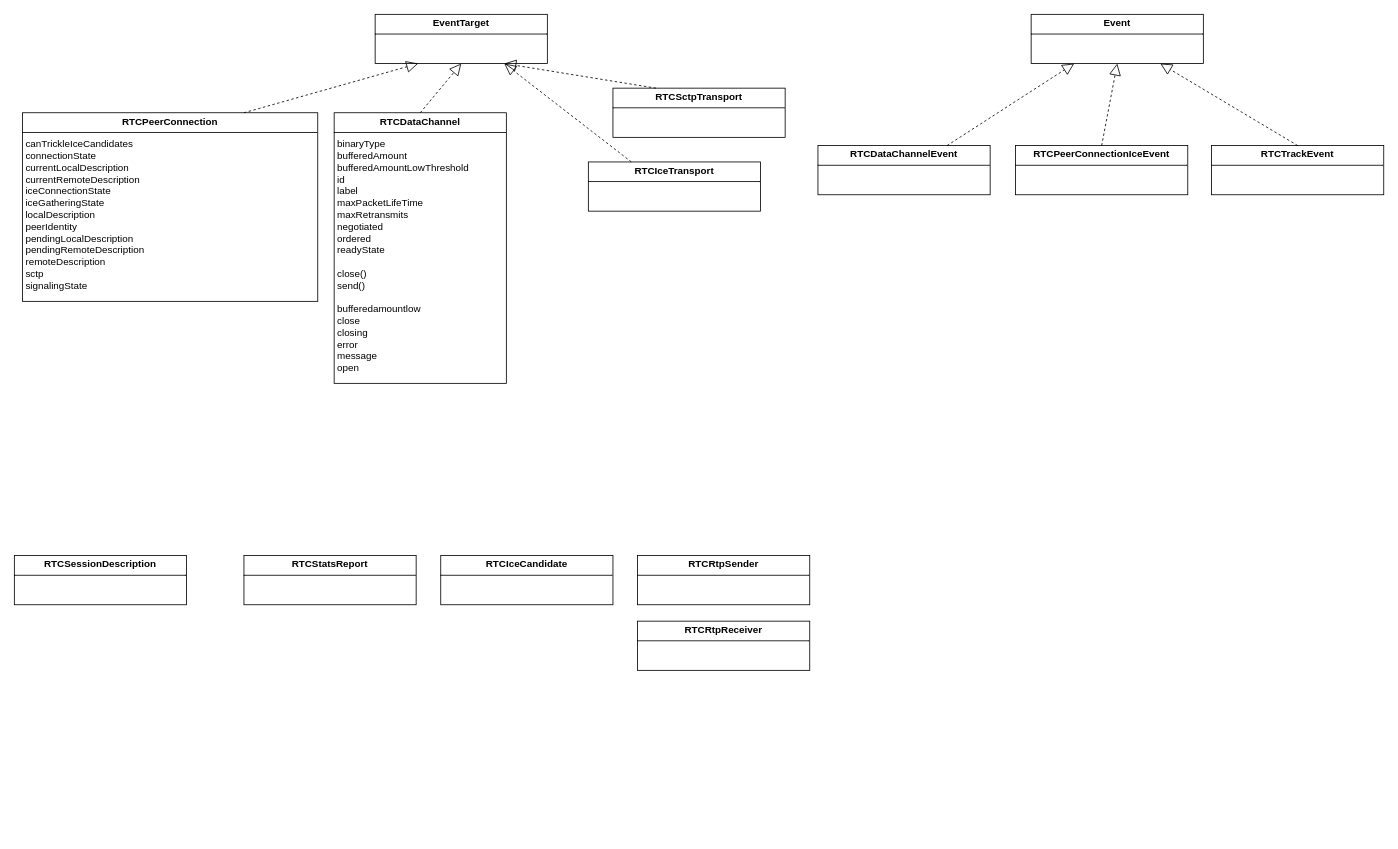
This is page "WebRTC" (2 of 2) of WebRTC.drawio from KondyubaBA/WebAPI, a draw.io file, before an edit. Source tidied: cells renumbered, new cells numbered last; positions are measured from the earlier drawing's top-left corner, leaving out a move shared by most shapes. Both pictures are drawn from the tidied source at 82%, with x=0, y=0 at pixel (14, 14).
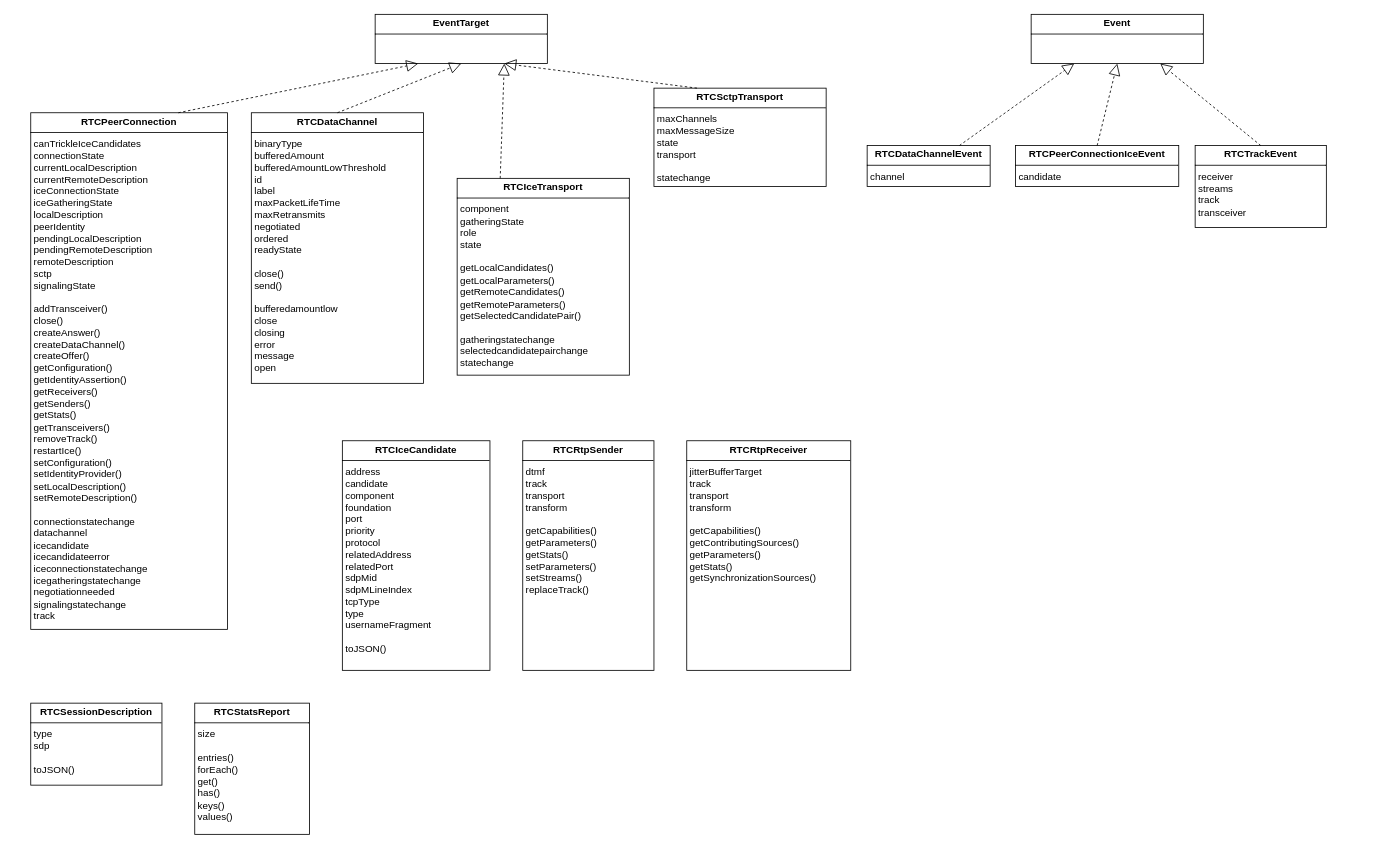
The same page after the edit.

Change to the diagram source:
```diff
@@
-    <mxCell id="2" value="&lt;p style=&quot;margin:0px;margin-top:4px;text-align:center;&quot;&gt;&lt;b&gt;RTCPeerConnection&lt;/b&gt;&lt;/p&gt;&lt;hr size=&quot;1&quot; style=&quot;border-style:solid;&quot;&gt;&lt;p style=&quot;margin:0px;margin-left:4px;&quot;&gt;canTrickleIceCandidates&lt;/p&gt;&lt;p style=&quot;margin:0px;margin-left:4px;&quot;&gt;connectionState&lt;/p&gt;&lt;p style=&quot;margin:0px;margin-left:4px;&quot;&gt;currentLocalDescription&lt;/p&gt;&lt;p style=&quot;margin:0px;margin-left:4px;&quot;&gt;currentRemoteDescription&lt;/p&gt;&lt;p style=&quot;margin:0px;margin-left:4px;&quot;&gt;iceConnectionState&lt;/p&gt;&lt;p style=&quot;margin:0px;margin-left:4px;&quot;&gt;iceGatheringState&lt;/p&gt;&lt;p style=&quot;margin:0px;margin-left:4px;&quot;&gt;localDescription&lt;/p&gt;&lt;p style=&quot;margin:0px;margin-left:4px;&quot;&gt;peerIdentity&lt;/p&gt;&lt;p style=&quot;margin:0px;margin-left:4px;&quot;&gt;pendingLocalDescription&lt;/p&gt;&lt;p style=&quot;margin:0px;margin-left:4px;&quot;&gt;pendingRemoteDescription&lt;/p&gt;&lt;p style=&quot;margin:0px;margin-left:4px;&quot;&gt;remoteDescription&lt;/p&gt;&lt;p style=&quot;margin:0px;margin-left:4px;&quot;&gt;sctp&lt;/p&gt;&lt;p style=&quot;margin:0px;margin-left:4px;&quot;&gt;signalingState&lt;/p&gt;&lt;p style=&quot;margin:0px;margin-left:4px;&quot;&gt;&lt;br&gt;&lt;/p&gt;" style="verticalAlign=top;align=left;overflow=fill;html=1;whiteSpace=wrap;" parent="1" vertex="1">
-      <mxGeometry x="10" y="120" width="360" height="230" as="geometry" />
+    <mxCell id="2" value="&lt;p style=&quot;margin:0px;margin-top:4px;text-align:center;&quot;&gt;&lt;b&gt;RTCPeerConnection&lt;/b&gt;&lt;/p&gt;&lt;hr size=&quot;1&quot; style=&quot;border-style:solid;&quot;&gt;&lt;p style=&quot;margin:0px;margin-left:4px;&quot;&gt;canTrickleIceCandidates&lt;/p&gt;&lt;p style=&quot;margin:0px;margin-left:4px;&quot;&gt;connectionState&lt;/p&gt;&lt;p style=&quot;margin:0px;margin-left:4px;&quot;&gt;currentLocalDescription&lt;/p&gt;&lt;p style=&quot;margin:0px;margin-left:4px;&quot;&gt;currentRemoteDescription&lt;/p&gt;&lt;p style=&quot;margin:0px;margin-left:4px;&quot;&gt;iceConnectionState&lt;/p&gt;&lt;p style=&quot;margin:0px;margin-left:4px;&quot;&gt;iceGatheringState&lt;/p&gt;&lt;p style=&quot;margin:0px;margin-left:4px;&quot;&gt;localDescription&lt;/p&gt;&lt;p style=&quot;margin:0px;margin-left:4px;&quot;&gt;peerIdentity&lt;/p&gt;&lt;p style=&quot;margin:0px;margin-left:4px;&quot;&gt;pendingLocalDescription&lt;/p&gt;&lt;p style=&quot;margin:0px;margin-left:4px;&quot;&gt;pendingRemoteDescription&lt;/p&gt;&lt;p style=&quot;margin:0px;margin-left:4px;&quot;&gt;remoteDescription&lt;/p&gt;&lt;p style=&quot;margin:0px;margin-left:4px;&quot;&gt;sctp&lt;/p&gt;&lt;p style=&quot;margin:0px;margin-left:4px;&quot;&gt;signalingState&lt;/p&gt;&lt;p style=&quot;margin:0px;margin-left:4px;&quot;&gt;&lt;br&gt;&lt;/p&gt;&lt;p style=&quot;margin:0px;margin-left:4px;&quot;&gt;addTransceiver()&lt;/p&gt;&lt;p style=&quot;margin:0px;margin-left:4px;&quot;&gt;close()&lt;/p&gt;&lt;p style=&quot;margin:0px;margin-left:4px;&quot;&gt;createAnswer()&lt;/p&gt;&lt;p style=&quot;margin:0px;margin-left:4px;&quot;&gt;createDataChannel()&lt;/p&gt;&lt;p style=&quot;margin:0px;margin-left:4px;&quot;&gt;createOffer()&lt;/p&gt;&lt;p style=&quot;margin:0px;margin-left:4px;&quot;&gt;getConfiguration()&lt;/p&gt;&lt;p style=&quot;margin:0px;margin-left:4px;&quot;&gt;getIdentityAssertion()&lt;/p&gt;&lt;p style=&quot;margin:0px;margin-left:4px;&quot;&gt;getReceivers()&lt;/p&gt;&lt;p style=&quot;margin:0px;margin-left:4px;&quot;&gt;getSenders()&lt;/p&gt;&lt;p style=&quot;margin:0px;margin-left:4px;&quot;&gt;getStats()&lt;/p&gt;&lt;p style=&quot;margin:0px;margin-left:4px;&quot;&gt;getTransceivers()&lt;/p&gt;&lt;p style=&quot;margin:0px;margin-left:4px;&quot;&gt;removeTrack()&lt;/p&gt;&lt;p style=&quot;margin:0px;margin-left:4px;&quot;&gt;restartIce()&lt;/p&gt;&lt;p style=&quot;margin:0px;margin-left:4px;&quot;&gt;setConfiguration()&lt;/p&gt;&lt;p style=&quot;margin:0px;margin-left:4px;&quot;&gt;setIdentityProvider()&lt;/p&gt;&lt;p style=&quot;margin:0px;margin-left:4px;&quot;&gt;setLocalDescription()&lt;/p&gt;&lt;p style=&quot;margin:0px;margin-left:4px;&quot;&gt;setRemoteDescription()&lt;/p&gt;&lt;p style=&quot;margin:0px;margin-left:4px;&quot;&gt;&lt;br&gt;&lt;/p&gt;&lt;p style=&quot;margin:0px;margin-left:4px;&quot;&gt;connectionstatechange&lt;/p&gt;&lt;p style=&quot;margin:0px;margin-left:4px;&quot;&gt;datachannel&lt;/p&gt;&lt;p style=&quot;margin:0px;margin-left:4px;&quot;&gt;icecandidate&lt;/p&gt;&lt;p style=&quot;margin:0px;margin-left:4px;&quot;&gt;icecandidateerror&lt;/p&gt;&lt;p style=&quot;margin:0px;margin-left:4px;&quot;&gt;iceconnectionstatechange&lt;/p&gt;&lt;p style=&quot;margin:0px;margin-left:4px;&quot;&gt;icegatheringstatechange&lt;/p&gt;&lt;p style=&quot;margin:0px;margin-left:4px;&quot;&gt;negotiationneeded&lt;/p&gt;&lt;p style=&quot;margin:0px;margin-left:4px;&quot;&gt;signalingstatechange&lt;/p&gt;&lt;p style=&quot;margin:0px;margin-left:4px;&quot;&gt;track&lt;/p&gt;&lt;div&gt;&lt;br&gt;&lt;/div&gt;" style="verticalAlign=top;align=left;overflow=fill;html=1;whiteSpace=wrap;" parent="1" vertex="1">
+      <mxGeometry x="20" y="120" width="240" height="630" as="geometry" />
     </mxCell>
     <mxCell id="3" value="&lt;p style=&quot;margin:0px;margin-top:4px;text-align:center;&quot;&gt;&lt;b&gt;RTCDataChannel&lt;/b&gt;&lt;/p&gt;&lt;hr size=&quot;1&quot; style=&quot;border-style:solid;&quot;&gt;&lt;p style=&quot;margin:0px;margin-left:4px;&quot;&gt;binaryType&lt;/p&gt;&lt;p style=&quot;margin:0px;margin-left:4px;&quot;&gt;bufferedAmount&lt;/p&gt;&lt;p style=&quot;margin:0px;margin-left:4px;&quot;&gt;bufferedAmountLowThreshold&lt;/p&gt;&lt;p style=&quot;margin:0px;margin-left:4px;&quot;&gt;id&lt;/p&gt;&lt;p style=&quot;margin:0px;margin-left:4px;&quot;&gt;label&lt;/p&gt;&lt;p style=&quot;margin:0px;margin-left:4px;&quot;&gt;maxPacketLifeTime&lt;/p&gt;&lt;p style=&quot;margin:0px;margin-left:4px;&quot;&gt;maxRetransmits&lt;/p&gt;&lt;p style=&quot;margin:0px;margin-left:4px;&quot;&gt;negotiated&lt;/p&gt;&lt;p style=&quot;margin:0px;margin-left:4px;&quot;&gt;ordered&lt;/p&gt;&lt;p style=&quot;margin:0px;margin-left:4px;&quot;&gt;readyState&lt;/p&gt;&lt;p style=&quot;margin:0px;margin-left:4px;&quot;&gt;&lt;br&gt;&lt;/p&gt;&lt;p style=&quot;margin:0px;margin-left:4px;&quot;&gt;close()&lt;/p&gt;&lt;p style=&quot;margin:0px;margin-left:4px;&quot;&gt;send()&lt;/p&gt;&lt;p style=&quot;margin:0px;margin-left:4px;&quot;&gt;&lt;br&gt;&lt;/p&gt;&lt;p style=&quot;margin:0px;margin-left:4px;&quot;&gt;bufferedamountlow&lt;/p&gt;&lt;p style=&quot;margin:0px;margin-left:4px;&quot;&gt;close&lt;/p&gt;&lt;p style=&quot;margin:0px;margin-left:4px;&quot;&gt;closing&lt;/p&gt;&lt;p style=&quot;margin:0px;margin-left:4px;&quot;&gt;error&lt;/p&gt;&lt;p style=&quot;margin:0px;margin-left:4px;&quot;&gt;message&lt;/p&gt;&lt;p style=&quot;margin:0px;margin-left:4px;&quot;&gt;open&lt;/p&gt;" style="verticalAlign=top;align=left;overflow=fill;html=1;whiteSpace=wrap;" parent="1" vertex="1">
-      <mxGeometry x="390" y="120" width="210" height="330" as="geometry" />
+      <mxGeometry x="289" y="120" width="210" height="330" as="geometry" />
     </mxCell>
@@
-    <mxCell id="8" value="&lt;p style=&quot;margin:0px;margin-top:4px;text-align:center;&quot;&gt;&lt;b&gt;RTCDataChannelEvent&lt;/b&gt;&lt;/p&gt;&lt;hr size=&quot;1&quot; style=&quot;border-style:solid;&quot;&gt;&lt;p style=&quot;margin:0px;margin-left:4px;&quot;&gt;&lt;br&gt;&lt;/p&gt;" style="verticalAlign=top;align=left;overflow=fill;html=1;whiteSpace=wrap;" parent="1" vertex="1">
-      <mxGeometry x="980" y="160" width="210" height="60" as="geometry" />
+    <mxCell id="8" value="&lt;p style=&quot;margin:0px;margin-top:4px;text-align:center;&quot;&gt;&lt;b&gt;RTCDataChannelEvent&lt;/b&gt;&lt;/p&gt;&lt;hr size=&quot;1&quot; style=&quot;border-style:solid;&quot;&gt;&lt;p style=&quot;margin:0px;margin-left:4px;&quot;&gt;channel&lt;/p&gt;" style="verticalAlign=top;align=left;overflow=fill;html=1;whiteSpace=wrap;" parent="1" vertex="1">
+      <mxGeometry x="1040" y="160" width="150" height="50" as="geometry" />
     </mxCell>
@@
-    <mxCell id="10" value="&lt;p style=&quot;margin:0px;margin-top:4px;text-align:center;&quot;&gt;&lt;b&gt;RTCSessionDescription&lt;/b&gt;&lt;/p&gt;&lt;hr size=&quot;1&quot; style=&quot;border-style:solid;&quot;&gt;&lt;p style=&quot;margin:0px;margin-left:4px;&quot;&gt;&lt;br&gt;&lt;/p&gt;" style="verticalAlign=top;align=left;overflow=fill;html=1;whiteSpace=wrap;" parent="1" vertex="1">
-      <mxGeometry y="660" width="210" height="60" as="geometry" />
+    <mxCell id="10" value="&lt;p style=&quot;margin:0px;margin-top:4px;text-align:center;&quot;&gt;&lt;b&gt;RTCSessionDescription&lt;/b&gt;&lt;/p&gt;&lt;hr size=&quot;1&quot; style=&quot;border-style:solid;&quot;&gt;&lt;p style=&quot;margin:0px;margin-left:4px;&quot;&gt;type&lt;/p&gt;&lt;p style=&quot;margin:0px;margin-left:4px;&quot;&gt;sdp&lt;/p&gt;&lt;p style=&quot;margin:0px;margin-left:4px;&quot;&gt;&lt;br&gt;&lt;/p&gt;&lt;p style=&quot;margin:0px;margin-left:4px;&quot;&gt;toJSON()&lt;/p&gt;" style="verticalAlign=top;align=left;overflow=fill;html=1;whiteSpace=wrap;" parent="1" vertex="1">
+      <mxGeometry x="20" y="840" width="160" height="100" as="geometry" />
     </mxCell>
-    <mxCell id="11" value="&lt;p style=&quot;margin:0px;margin-top:4px;text-align:center;&quot;&gt;&lt;b&gt;RTCStatsReport&lt;/b&gt;&lt;/p&gt;&lt;hr size=&quot;1&quot; style=&quot;border-style:solid;&quot;&gt;&lt;p style=&quot;margin:0px;margin-left:4px;&quot;&gt;&lt;br&gt;&lt;/p&gt;" style="verticalAlign=top;align=left;overflow=fill;html=1;whiteSpace=wrap;" parent="1" vertex="1">
-      <mxGeometry x="280" y="660" width="210" height="60" as="geometry" />
+    <mxCell id="11" value="&lt;p style=&quot;margin:0px;margin-top:4px;text-align:center;&quot;&gt;&lt;b&gt;RTCStatsReport&lt;/b&gt;&lt;/p&gt;&lt;hr size=&quot;1&quot; style=&quot;border-style:solid;&quot;&gt;&lt;p style=&quot;margin:0px;margin-left:4px;&quot;&gt;size&lt;/p&gt;&lt;p style=&quot;margin:0px;margin-left:4px;&quot;&gt;&lt;br&gt;&lt;/p&gt;&lt;p style=&quot;margin:0px;margin-left:4px;&quot;&gt;entries()&lt;/p&gt;&lt;p style=&quot;margin:0px;margin-left:4px;&quot;&gt;forEach()&lt;/p&gt;&lt;p style=&quot;margin:0px;margin-left:4px;&quot;&gt;get()&lt;/p&gt;&lt;p style=&quot;margin:0px;margin-left:4px;&quot;&gt;has()&lt;/p&gt;&lt;p style=&quot;margin:0px;margin-left:4px;&quot;&gt;keys()&lt;/p&gt;&lt;p style=&quot;margin:0px;margin-left:4px;&quot;&gt;values()&lt;/p&gt;" style="verticalAlign=top;align=left;overflow=fill;html=1;whiteSpace=wrap;" parent="1" vertex="1">
+      <mxGeometry x="220" y="840" width="140" height="160" as="geometry" />
     </mxCell>
-    <mxCell id="12" value="&lt;p style=&quot;margin:0px;margin-top:4px;text-align:center;&quot;&gt;&lt;b&gt;RTCIceCandidate&lt;/b&gt;&lt;/p&gt;&lt;hr size=&quot;1&quot; style=&quot;border-style:solid;&quot;&gt;&lt;p style=&quot;margin:0px;margin-left:4px;&quot;&gt;&lt;br&gt;&lt;/p&gt;" style="verticalAlign=top;align=left;overflow=fill;html=1;whiteSpace=wrap;" parent="1" vertex="1">
-      <mxGeometry x="520" y="660" width="210" height="60" as="geometry" />
+    <mxCell id="12" value="&lt;p style=&quot;margin:0px;margin-top:4px;text-align:center;&quot;&gt;&lt;b&gt;RTCIceCandidate&lt;/b&gt;&lt;/p&gt;&lt;hr size=&quot;1&quot; style=&quot;border-style:solid;&quot;&gt;&lt;p style=&quot;margin:0px;margin-left:4px;&quot;&gt;address&lt;/p&gt;&lt;p style=&quot;margin:0px;margin-left:4px;&quot;&gt;candidate&lt;/p&gt;&lt;p style=&quot;margin:0px;margin-left:4px;&quot;&gt;component&lt;/p&gt;&lt;p style=&quot;margin:0px;margin-left:4px;&quot;&gt;foundation&lt;/p&gt;&lt;p style=&quot;margin:0px;margin-left:4px;&quot;&gt;port&lt;/p&gt;&lt;p style=&quot;margin:0px;margin-left:4px;&quot;&gt;priority&lt;/p&gt;&lt;p style=&quot;margin:0px;margin-left:4px;&quot;&gt;protocol&lt;/p&gt;&lt;p style=&quot;margin:0px;margin-left:4px;&quot;&gt;relatedAddress&lt;/p&gt;&lt;p style=&quot;margin:0px;margin-left:4px;&quot;&gt;relatedPort&lt;/p&gt;&lt;p style=&quot;margin:0px;margin-left:4px;&quot;&gt;sdpMid&lt;/p&gt;&lt;p style=&quot;margin:0px;margin-left:4px;&quot;&gt;sdpMLineIndex&lt;/p&gt;&lt;p style=&quot;margin:0px;margin-left:4px;&quot;&gt;tcpType&lt;/p&gt;&lt;p style=&quot;margin:0px;margin-left:4px;&quot;&gt;type&lt;/p&gt;&lt;p style=&quot;margin:0px;margin-left:4px;&quot;&gt;usernameFragment&lt;/p&gt;&lt;p style=&quot;margin:0px;margin-left:4px;&quot;&gt;&lt;br&gt;&lt;/p&gt;&lt;p style=&quot;margin:0px;margin-left:4px;&quot;&gt;toJSON()&lt;/p&gt;" style="verticalAlign=top;align=left;overflow=fill;html=1;whiteSpace=wrap;" parent="1" vertex="1">
+      <mxGeometry x="400" y="520" width="180" height="280" as="geometry" />
     </mxCell>
-    <mxCell id="13" value="&lt;p style=&quot;margin:0px;margin-top:4px;text-align:center;&quot;&gt;&lt;b&gt;RTCIceTransport&lt;/b&gt;&lt;/p&gt;&lt;hr size=&quot;1&quot; style=&quot;border-style:solid;&quot;&gt;&lt;p style=&quot;margin:0px;margin-left:4px;&quot;&gt;&lt;br&gt;&lt;/p&gt;" style="verticalAlign=top;align=left;overflow=fill;html=1;whiteSpace=wrap;" parent="1" vertex="1">
-      <mxGeometry x="700" y="180" width="210" height="60" as="geometry" />
+    <mxCell id="13" value="&lt;p style=&quot;margin:0px;margin-top:4px;text-align:center;&quot;&gt;&lt;b&gt;RTCIceTransport&lt;/b&gt;&lt;/p&gt;&lt;hr size=&quot;1&quot; style=&quot;border-style:solid;&quot;&gt;&lt;p style=&quot;margin:0px;margin-left:4px;&quot;&gt;component&lt;/p&gt;&lt;p style=&quot;margin:0px;margin-left:4px;&quot;&gt;gatheringState&lt;/p&gt;&lt;p style=&quot;margin:0px;margin-left:4px;&quot;&gt;role&lt;/p&gt;&lt;p style=&quot;margin:0px;margin-left:4px;&quot;&gt;state&lt;/p&gt;&lt;p style=&quot;margin:0px;margin-left:4px;&quot;&gt;&lt;br&gt;&lt;/p&gt;&lt;p style=&quot;margin:0px;margin-left:4px;&quot;&gt;getLocalCandidates()&lt;/p&gt;&lt;p style=&quot;margin:0px;margin-left:4px;&quot;&gt;getLocalParameters()&lt;/p&gt;&lt;p style=&quot;margin:0px;margin-left:4px;&quot;&gt;getRemoteCandidates()&lt;/p&gt;&lt;p style=&quot;margin:0px;margin-left:4px;&quot;&gt;getRemoteParameters()&lt;/p&gt;&lt;p style=&quot;margin:0px;margin-left:4px;&quot;&gt;getSelectedCandidatePair()&lt;/p&gt;&lt;p style=&quot;margin:0px;margin-left:4px;&quot;&gt;&lt;br&gt;&lt;/p&gt;&lt;p style=&quot;margin:0px;margin-left:4px;&quot;&gt;gatheringstatechange&lt;/p&gt;&lt;p style=&quot;margin:0px;margin-left:4px;&quot;&gt;selectedcandidatepairchange&lt;/p&gt;&lt;p style=&quot;margin:0px;margin-left:4px;&quot;&gt;statechange&lt;/p&gt;" style="verticalAlign=top;align=left;overflow=fill;html=1;whiteSpace=wrap;" parent="1" vertex="1">
+      <mxGeometry x="540" y="200" width="210" height="240" as="geometry" />
     </mxCell>
@@
-    <mxCell id="15" value="&lt;p style=&quot;margin:0px;margin-top:4px;text-align:center;&quot;&gt;&lt;b&gt;RTCPeerConnectionIceEvent&lt;/b&gt;&lt;/p&gt;&lt;hr size=&quot;1&quot; style=&quot;border-style:solid;&quot;&gt;&lt;p style=&quot;margin:0px;margin-left:4px;&quot;&gt;&lt;br&gt;&lt;/p&gt;" style="verticalAlign=top;align=left;overflow=fill;html=1;whiteSpace=wrap;" parent="1" vertex="1">
-      <mxGeometry x="1221" y="160" width="210" height="60" as="geometry" />
+    <mxCell id="15" value="&lt;p style=&quot;margin:0px;margin-top:4px;text-align:center;&quot;&gt;&lt;b&gt;RTCPeerConnectionIceEvent&lt;/b&gt;&lt;/p&gt;&lt;hr size=&quot;1&quot; style=&quot;border-style:solid;&quot;&gt;&lt;p style=&quot;margin:0px;margin-left:4px;&quot;&gt;candidate&lt;/p&gt;" style="verticalAlign=top;align=left;overflow=fill;html=1;whiteSpace=wrap;" parent="1" vertex="1">
+      <mxGeometry x="1221" y="160" width="199" height="50" as="geometry" />
     </mxCell>
@@
-    <mxCell id="17" value="&lt;p style=&quot;margin:0px;margin-top:4px;text-align:center;&quot;&gt;&lt;b&gt;RTCRtpSender&lt;/b&gt;&lt;/p&gt;&lt;hr size=&quot;1&quot; style=&quot;border-style:solid;&quot;&gt;&lt;p style=&quot;margin:0px;margin-left:4px;&quot;&gt;&lt;br&gt;&lt;/p&gt;" style="verticalAlign=top;align=left;overflow=fill;html=1;whiteSpace=wrap;" parent="1" vertex="1">
-      <mxGeometry x="760" y="660" width="210" height="60" as="geometry" />
+    <mxCell id="17" value="&lt;p style=&quot;margin:0px;margin-top:4px;text-align:center;&quot;&gt;&lt;b&gt;RTCRtpSender&lt;/b&gt;&lt;/p&gt;&lt;hr size=&quot;1&quot; style=&quot;border-style:solid;&quot;&gt;&lt;p style=&quot;margin:0px;margin-left:4px;&quot;&gt;dtmf&lt;/p&gt;&lt;p style=&quot;margin:0px;margin-left:4px;&quot;&gt;track&lt;/p&gt;&lt;p style=&quot;margin:0px;margin-left:4px;&quot;&gt;transport&lt;/p&gt;&lt;p style=&quot;margin:0px;margin-left:4px;&quot;&gt;transform&lt;/p&gt;&lt;p style=&quot;margin:0px;margin-left:4px;&quot;&gt;&lt;br&gt;&lt;/p&gt;&lt;p style=&quot;margin:0px;margin-left:4px;&quot;&gt;getCapabilities()&lt;/p&gt;&lt;p style=&quot;margin:0px;margin-left:4px;&quot;&gt;getParameters()&lt;/p&gt;&lt;p style=&quot;margin:0px;margin-left:4px;&quot;&gt;getStats()&lt;/p&gt;&lt;p style=&quot;margin:0px;margin-left:4px;&quot;&gt;setParameters()&lt;/p&gt;&lt;p style=&quot;margin:0px;margin-left:4px;&quot;&gt;setStreams()&lt;/p&gt;&lt;p style=&quot;margin:0px;margin-left:4px;&quot;&gt;replaceTrack()&lt;/p&gt;" style="verticalAlign=top;align=left;overflow=fill;html=1;whiteSpace=wrap;" parent="1" vertex="1">
+      <mxGeometry x="620" y="520" width="160" height="280" as="geometry" />
     </mxCell>
-    <mxCell id="18" value="&lt;p style=&quot;margin:0px;margin-top:4px;text-align:center;&quot;&gt;&lt;b&gt;RTCTrackEvent&lt;/b&gt;&lt;/p&gt;&lt;hr size=&quot;1&quot; style=&quot;border-style:solid;&quot;&gt;&lt;p style=&quot;margin:0px;margin-left:4px;&quot;&gt;&lt;br&gt;&lt;/p&gt;" style="verticalAlign=top;align=left;overflow=fill;html=1;whiteSpace=wrap;" parent="1" vertex="1">
-      <mxGeometry x="1460" y="160" width="210" height="60" as="geometry" />
+    <mxCell id="18" value="&lt;p style=&quot;margin:0px;margin-top:4px;text-align:center;&quot;&gt;&lt;b&gt;RTCTrackEvent&lt;/b&gt;&lt;/p&gt;&lt;hr size=&quot;1&quot; style=&quot;border-style:solid;&quot;&gt;&lt;p style=&quot;margin:0px;margin-left:4px;&quot;&gt;receiver&lt;/p&gt;&lt;p style=&quot;margin:0px;margin-left:4px;&quot;&gt;streams&lt;/p&gt;&lt;p style=&quot;margin:0px;margin-left:4px;&quot;&gt;track&lt;/p&gt;&lt;p style=&quot;margin:0px;margin-left:4px;&quot;&gt;transceiver&lt;/p&gt;" style="verticalAlign=top;align=left;overflow=fill;html=1;whiteSpace=wrap;" parent="1" vertex="1">
+      <mxGeometry x="1440" y="160" width="160" height="100" as="geometry" />
     </mxCell>
-    <mxCell id="19" value="&lt;p style=&quot;margin:0px;margin-top:4px;text-align:center;&quot;&gt;&lt;b&gt;RTCRtpReceiver&lt;/b&gt;&lt;/p&gt;&lt;hr size=&quot;1&quot; style=&quot;border-style:solid;&quot;&gt;&lt;p style=&quot;margin:0px;margin-left:4px;&quot;&gt;&lt;br&gt;&lt;/p&gt;" style="verticalAlign=top;align=left;overflow=fill;html=1;whiteSpace=wrap;" parent="1" vertex="1">
-      <mxGeometry x="760" y="740" width="210" height="60" as="geometry" />
+    <mxCell id="19" value="&lt;p style=&quot;margin:0px;margin-top:4px;text-align:center;&quot;&gt;&lt;b&gt;RTCRtpReceiver&lt;/b&gt;&lt;/p&gt;&lt;hr size=&quot;1&quot; style=&quot;border-style:solid;&quot;&gt;&lt;p style=&quot;margin:0px;margin-left:4px;&quot;&gt;jitterBufferTarget&lt;/p&gt;&lt;p style=&quot;margin:0px;margin-left:4px;&quot;&gt;track&lt;/p&gt;&lt;p style=&quot;margin:0px;margin-left:4px;&quot;&gt;transport&lt;/p&gt;&lt;p style=&quot;margin:0px;margin-left:4px;&quot;&gt;transform&lt;/p&gt;&lt;p style=&quot;margin:0px;margin-left:4px;&quot;&gt;&lt;br&gt;&lt;/p&gt;&lt;p style=&quot;margin:0px;margin-left:4px;&quot;&gt;getCapabilities()&lt;/p&gt;&lt;p style=&quot;margin:0px;margin-left:4px;&quot;&gt;getContributingSources()&lt;/p&gt;&lt;p style=&quot;margin:0px;margin-left:4px;&quot;&gt;getParameters()&lt;/p&gt;&lt;p style=&quot;margin:0px;margin-left:4px;&quot;&gt;getStats()&lt;/p&gt;&lt;p style=&quot;margin:0px;margin-left:4px;&quot;&gt;getSynchronizationSources()&lt;/p&gt;" style="verticalAlign=top;align=left;overflow=fill;html=1;whiteSpace=wrap;" parent="1" vertex="1">
+      <mxGeometry x="820" y="520" width="200" height="280" as="geometry" />
     </mxCell>
@@
-    <mxCell id="21" value="&lt;p style=&quot;margin:0px;margin-top:4px;text-align:center;&quot;&gt;&lt;b&gt;RTCSctpTransport&lt;/b&gt;&lt;/p&gt;&lt;hr size=&quot;1&quot; style=&quot;border-style:solid;&quot;&gt;&lt;p style=&quot;margin:0px;margin-left:4px;&quot;&gt;&lt;br&gt;&lt;/p&gt;" style="verticalAlign=top;align=left;overflow=fill;html=1;whiteSpace=wrap;" parent="1" vertex="1">
-      <mxGeometry x="730" y="90" width="210" height="60" as="geometry" />
+    <mxCell id="21" value="&lt;p style=&quot;margin:0px;margin-top:4px;text-align:center;&quot;&gt;&lt;b&gt;RTCSctpTransport&lt;/b&gt;&lt;/p&gt;&lt;hr size=&quot;1&quot; style=&quot;border-style:solid;&quot;&gt;&lt;p style=&quot;margin:0px;margin-left:4px;&quot;&gt;maxChannels&lt;/p&gt;&lt;p style=&quot;margin:0px;margin-left:4px;&quot;&gt;maxMessageSize&lt;/p&gt;&lt;p style=&quot;margin:0px;margin-left:4px;&quot;&gt;state&lt;/p&gt;&lt;p style=&quot;margin:0px;margin-left:4px;&quot;&gt;transport&lt;/p&gt;&lt;p style=&quot;margin:0px;margin-left:4px;&quot;&gt;&lt;br&gt;&lt;/p&gt;&lt;p style=&quot;margin:0px;margin-left:4px;&quot;&gt;statechange&lt;/p&gt;" style="verticalAlign=top;align=left;overflow=fill;html=1;whiteSpace=wrap;" parent="1" vertex="1">
+      <mxGeometry x="780" y="90" width="210" height="120" as="geometry" />
     </mxCell>
```
